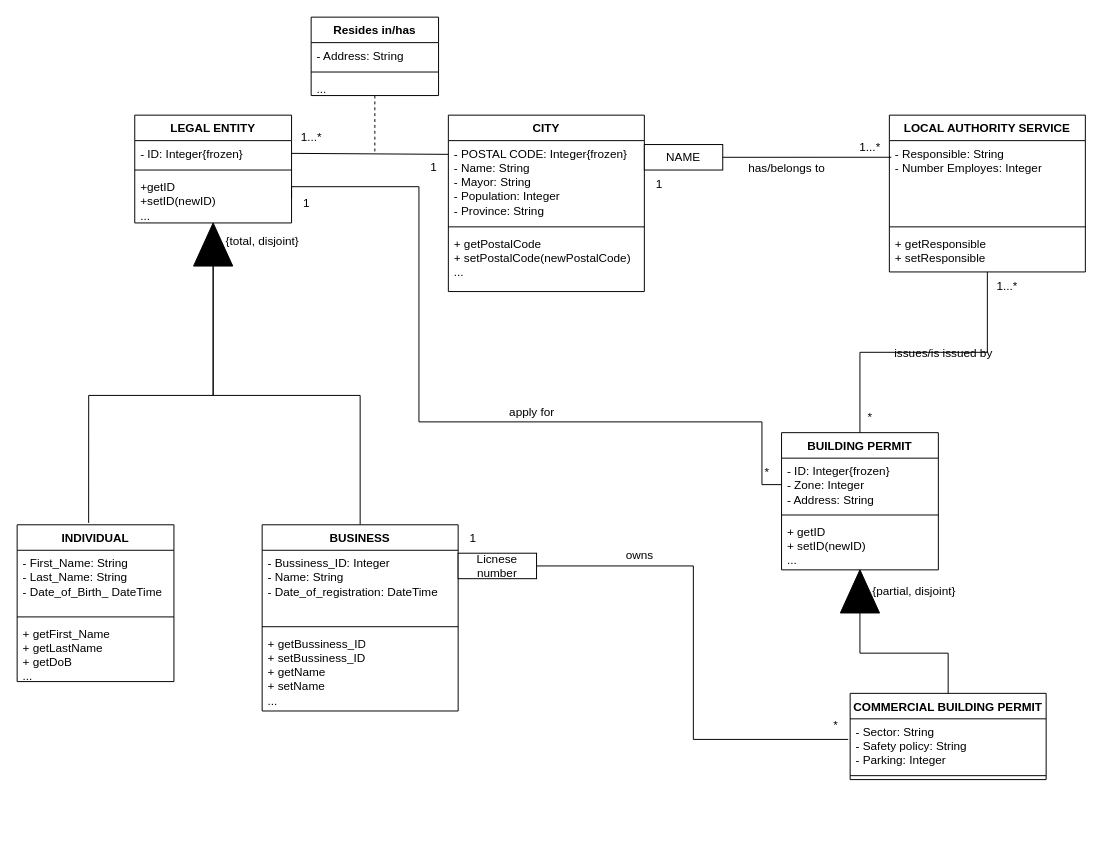
fragolaTJ/TTtrak keeps this draw.io diagram as question2.drawio. Above is the earlier version. Source tidied: cells renumbered, new cells numbered last; positions are measured from the earlier drawing's top-left corner, leaving out a move shared by most shapes. Both pictures are drawn from the tidied source at 98%, with x=0, y=0 at pixel (17, 17).
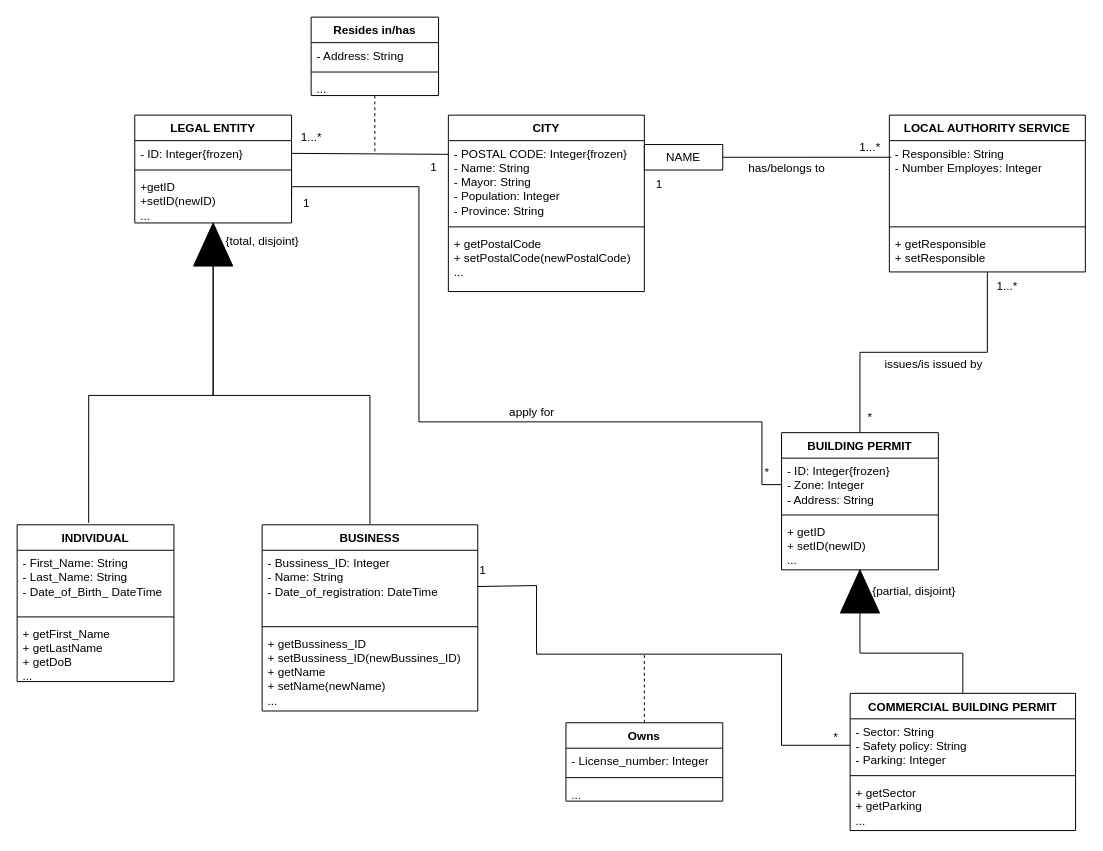
The same diagram, later.

Unchanged cells that the change refers to:
```xml
<mxCell id="29" style="triangle;whiteSpace=wrap;html=1;direction=north;fillColor=#000000;" parent="1" vertex="1">
  <mxGeometry x="840" y="564" width="40" height="44" as="geometry" />
</mxCell>
```

The edit, as a diff of the source:
```diff
@@
     <mxCell id="16" value="BUSINESS" style="swimlane;fontStyle=1;align=center;verticalAlign=top;horizontal=1;startSize=26;whiteSpace=wrap;html=1;" parent="1" vertex="1">
-      <mxGeometry x="250" y="518" width="200" height="190" as="geometry" />
+      <mxGeometry x="250" y="518" width="220" height="190" as="geometry" />
     </mxCell>
     <mxCell id="17" value="&lt;div&gt;- Bussiness_ID: Integer&lt;br&gt;&lt;/div&gt;&lt;div&gt;- Name: String&lt;/div&gt;&lt;div&gt;- Date_of_registration: DateTime&lt;br&gt;&lt;/div&gt;" style="text;strokeColor=none;fillColor=none;align=left;verticalAlign=top;spacingLeft=4;spacingRight=4;overflow=hidden;points=[[0,0.5],[1,0.5]];portConstraint=eastwest;whiteSpace=wrap;html=1;" parent="16" vertex="1">
-      <mxGeometry y="26" width="200" height="74" as="geometry" />
+      <mxGeometry y="26" width="220" height="74" as="geometry" />
     </mxCell>
     <mxCell id="18" style="line;strokeWidth=1;fillColor=none;align=left;verticalAlign=middle;spacingTop=-1;spacingLeft=3;spacingRight=3;labelPosition=right;strokeColor=inherit;" parent="16" vertex="1">
-      <mxGeometry y="100" width="200" height="8" as="geometry" />
+      <mxGeometry y="100" width="220" height="8" as="geometry" />
     </mxCell>
-    <mxCell id="19" value="&lt;div&gt;+ getBussiness_ID&lt;/div&gt;&lt;div&gt;+ setBussiness_ID&lt;/div&gt;&lt;div&gt;+ getName&lt;/div&gt;&lt;div&gt;+ setName&lt;/div&gt;&lt;div&gt;...&lt;br&gt;&lt;/div&gt;" style="text;strokeColor=none;fillColor=none;align=left;verticalAlign=top;spacingLeft=4;spacingRight=4;overflow=hidden;whiteSpace=wrap;html=1;" parent="16" vertex="1">
-      <mxGeometry y="108" width="200" height="82" as="geometry" />
+    <mxCell id="19" value="&lt;div&gt;+ getBussiness_ID&lt;/div&gt;&lt;div&gt;+ setBussiness_ID(newBussines_ID)&lt;/div&gt;&lt;div&gt;+ getName&lt;/div&gt;&lt;div&gt;+ setName(newName)&lt;/div&gt;&lt;div&gt;...&lt;br&gt;&lt;/div&gt;" style="text;strokeColor=none;fillColor=none;align=left;verticalAlign=top;spacingLeft=4;spacingRight=4;overflow=hidden;whiteSpace=wrap;html=1;" parent="16" vertex="1">
+      <mxGeometry y="108" width="220" height="82" as="geometry" />
     </mxCell>
@@
-    <mxCell id="25" value="COMMERCIAL BUILDING PERMIT" style="swimlane;fontStyle=1;align=center;verticalAlign=top;horizontal=1;startSize=26;whiteSpace=wrap;html=1;" parent="1" vertex="1">
-      <mxGeometry x="850" y="690" width="200" height="88" as="geometry" />
-    </mxCell>
-    <mxCell id="26" value="&lt;div&gt;- Sector: String&lt;/div&gt;&lt;div&gt;- Safety policy: String&lt;/div&gt;&lt;div&gt;- Parking: Integer&lt;br&gt;&lt;/div&gt;" style="text;strokeColor=none;fillColor=none;align=left;verticalAlign=top;spacingLeft=4;spacingRight=4;overflow=hidden;points=[[0,0.5],[1,0.5]];portConstraint=eastwest;whiteSpace=wrap;html=1;" parent="25" vertex="1">
-      <mxGeometry y="26" width="200" height="54" as="geometry" />
-    </mxCell>
-    <mxCell id="27" style="line;strokeWidth=1;fillColor=none;align=left;verticalAlign=middle;spacingTop=-1;spacingLeft=3;spacingRight=3;labelPosition=right;strokeColor=inherit;" parent="25" vertex="1">
-      <mxGeometry y="80" width="200" height="8" as="geometry" />
-    </mxCell>
-    <mxCell id="28" style="edgeStyle=orthogonalEdgeStyle;rounded=0;jettySize=auto;html=1;exitX=0;exitY=0.5;exitDx=0;exitDy=0;entryX=0.5;entryY=0;entryDx=0;entryDy=0;endArrow=none;endFill=0;" parent="1" edge="1" source="29" target="25">
+    <mxCell id="28" style="edgeStyle=orthogonalEdgeStyle;rounded=0;jettySize=auto;html=1;exitX=0;exitY=0.5;exitDx=0;exitDy=0;endArrow=none;endFill=0;entryX=0.5;entryY=0;entryDx=0;entryDy=0;" parent="1" edge="1" source="29" target="25">
       <mxGeometry relative="1" as="geometry" />
     </mxCell>
@@
-    <mxCell id="38" value="Licnese number" style="rounded=0;whiteSpace=wrap;html=1;" parent="1" vertex="1">
-      <mxGeometry x="450" y="547" width="80" height="26" as="geometry" />
-    </mxCell>
-    <mxCell id="39" style="edgeStyle=orthogonalEdgeStyle;rounded=0;jettySize=auto;html=1;exitX=1;exitY=0.5;exitDx=0;exitDy=0;entryX=-0.01;entryY=0.389;entryDx=0;entryDy=0;entryPerimeter=0;endArrow=none;endFill=0;" parent="1" edge="1" source="38" target="26">
-      <mxGeometry relative="1" as="geometry" />
-    </mxCell>
@@
     <mxCell id="51" value="*" style="text;html=1;align=center;verticalAlign=middle;strokeColor=none;fillColor=none;" parent="1" vertex="1">
-      <mxGeometry x="820" y="708" width="30" height="30" as="geometry" />
+      <mxGeometry x="820" y="720" width="30" height="30" as="geometry" />
     </mxCell>
@@
     <mxCell id="55" value="1" style="text;html=1;align=center;verticalAlign=middle;strokeColor=none;fillColor=none;" parent="1" vertex="1">
-      <mxGeometry x="450" y="517" width="30" height="30" as="geometry" />
+      <mxGeometry x="460" y="550" width="30" height="30" as="geometry" />
     </mxCell>
@@
-    <mxCell id="60" value="owns" style="text;html=1;align=center;verticalAlign=middle;strokeColor=none;fillColor=none;" parent="1" vertex="1">
-      <mxGeometry x="610" y="534" width="50" height="30" as="geometry" />
-    </mxCell>
     <mxCell id="61" value="issues/is issued by" style="text;html=1;align=center;verticalAlign=middle;strokeColor=none;fillColor=none;" parent="1" vertex="1">
-      <mxGeometry x="880" y="328" width="130" height="30" as="geometry" />
+      <mxGeometry x="870" y="340" width="130" height="30" as="geometry" />
     </mxCell>
+    <mxCell id="62" style="edgeStyle=none;rounded=0;jettySize=auto;html=1;exitX=0.5;exitY=0;exitDx=0;exitDy=0;endArrow=none;endFill=0;dashed=1;" parent="1" edge="1" source="63">
+      <mxGeometry relative="1" as="geometry">
+        <mxPoint x="640" y="650" as="targetPoint" />
+      </mxGeometry>
+    </mxCell>
+    <mxCell id="63" value="Owns" style="swimlane;fontStyle=1;align=center;verticalAlign=top;horizontal=1;startSize=26;whiteSpace=wrap;html=1;" parent="1" vertex="1">
+      <mxGeometry x="560" y="720" width="160" height="80" as="geometry" />
+    </mxCell>
+    <mxCell id="64" value="- License_number: Integer" style="text;strokeColor=none;fillColor=none;align=left;verticalAlign=top;spacingLeft=4;spacingRight=4;overflow=hidden;whiteSpace=wrap;html=1;" parent="63" vertex="1">
+      <mxGeometry y="26" width="160" height="26" as="geometry" />
+    </mxCell>
+    <mxCell id="65" style="line;strokeWidth=1;fillColor=none;align=left;verticalAlign=middle;spacingTop=-1;spacingLeft=3;spacingRight=3;labelPosition=right;strokeColor=inherit;" parent="63" vertex="1">
+      <mxGeometry y="52" width="160" height="8" as="geometry" />
+    </mxCell>
+    <mxCell id="66" value="..." style="text;strokeColor=none;fillColor=none;align=left;verticalAlign=top;spacingLeft=4;spacingRight=4;overflow=hidden;whiteSpace=wrap;html=1;" parent="63" vertex="1">
+      <mxGeometry y="60" width="160" height="20" as="geometry" />
+    </mxCell>
+    <mxCell id="67" style="edgeStyle=none;rounded=0;jettySize=auto;html=1;exitX=1;exitY=0.5;exitDx=0;exitDy=0;endArrow=none;endFill=0;entryX=0;entryY=0.5;entryDx=0;entryDy=0;" parent="1" edge="1" source="17" target="26">
+      <mxGeometry relative="1" as="geometry">
+        <Array as="points">
+          <mxPoint x="530" y="580" />
+          <mxPoint x="530" y="650" />
+          <mxPoint x="780" y="650" />
+          <mxPoint x="780" y="743" />
+        </Array>
+      </mxGeometry>
+    </mxCell>
+    <mxCell id="25" value="COMMERCIAL BUILDING PERMIT" style="swimlane;fontStyle=1;align=center;verticalAlign=top;horizontal=1;startSize=26;whiteSpace=wrap;html=1;" parent="1" vertex="1">
+      <mxGeometry x="850" y="690" width="230" height="140" as="geometry" />
+    </mxCell>
+    <mxCell id="26" value="&lt;div&gt;- Sector: String&lt;/div&gt;&lt;div&gt;- Safety policy: String&lt;/div&gt;&lt;div&gt;- Parking: Integer&lt;br&gt;&lt;/div&gt;" style="text;strokeColor=none;fillColor=none;align=left;verticalAlign=top;spacingLeft=4;spacingRight=4;overflow=hidden;points=[[0,0.5],[1,0.5]];portConstraint=eastwest;whiteSpace=wrap;html=1;" parent="25" vertex="1">
+      <mxGeometry y="26" width="230" height="54" as="geometry" />
+    </mxCell>
+    <mxCell id="68" style="line;strokeWidth=1;fillColor=none;align=left;verticalAlign=middle;spacingTop=-1;spacingLeft=3;spacingRight=3;labelPosition=right;strokeColor=inherit;" parent="25" vertex="1">
+      <mxGeometry y="80" width="230" height="8" as="geometry" />
+    </mxCell>
+    <mxCell id="69" value="&lt;div&gt;+ getSector&lt;/div&gt;&lt;div&gt;+ getParking&lt;/div&gt;&lt;div&gt;...&lt;br&gt;&lt;/div&gt;" style="text;strokeColor=none;fillColor=none;align=left;verticalAlign=top;spacingLeft=4;spacingRight=4;overflow=hidden;whiteSpace=wrap;html=1;" parent="25" vertex="1">
+      <mxGeometry y="88" width="230" height="52" as="geometry" />
+    </mxCell>
```
